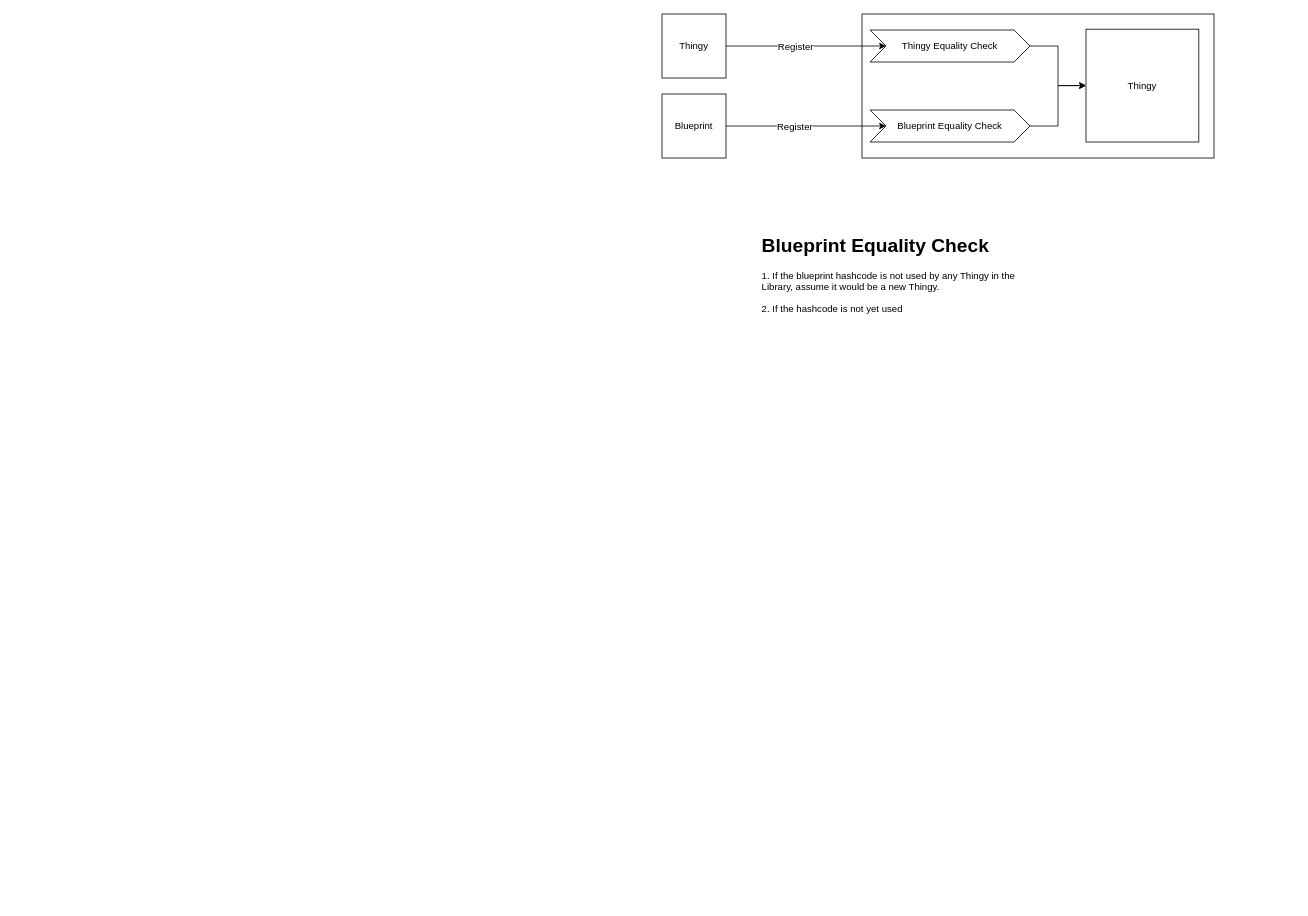
Above: ThingyLibrary.drawio in No3371/Thingy (draw.io), before the change. Source tidied: cells renumbered, new cells numbered last; positions are measured from the earlier drawing's top-left corner, leaving out a move shared by most shapes. Both pictures are drawn from the tidied source at 80%, with x=0, y=0 at pixel (662, 14).
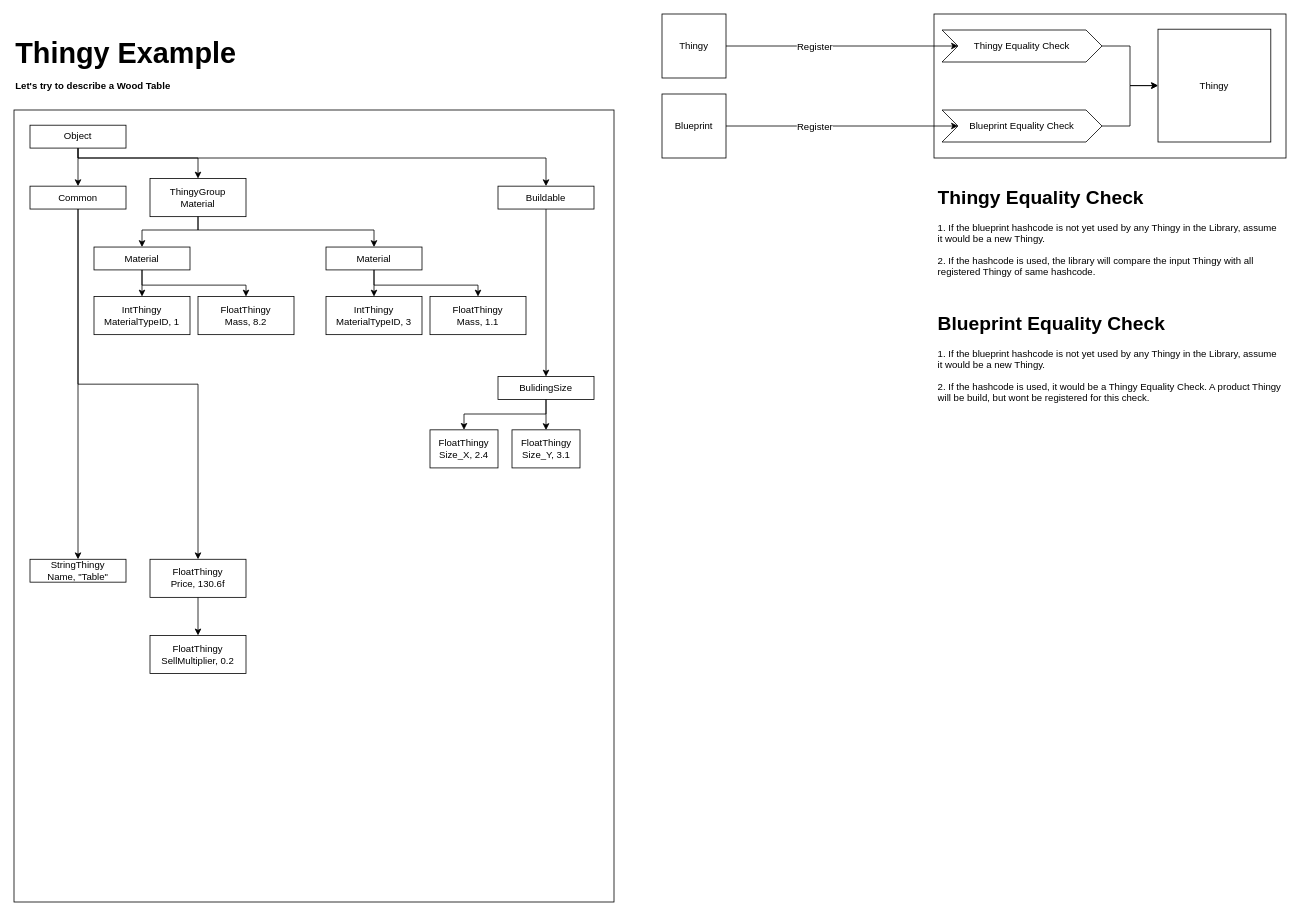
The same page after the edit.

Unchanged cells that the change refers to:
```xml
<mxCell id="13" style="edgeStyle=orthogonalEdgeStyle;rounded=0;jettySize=auto;html=1;exitX=1;exitY=0.5;exitDx=0;exitDy=0;entryX=0;entryY=0.5;entryDx=0;entryDy=0;" parent="1" edge="1" source="2" target="10">
  <mxGeometry relative="1" as="geometry" />
</mxCell>
```

Diff of the diagram source:
```diff
@@
     <mxCell id="4" style="group;" parent="1" vertex="1">
-      <mxGeometry x="250" width="450" height="180" as="geometry" />
+      <mxGeometry x="340" width="450" height="180" as="geometry" />
     </mxCell>
@@
     <mxCell id="14" value="&lt;div&gt;Register&lt;/div&gt;" style="text;html=1;align=center;verticalAlign=middle;labelBackgroundColor=#ffffff;" parent="13" vertex="1">
       <mxGeometry x="-0.65" y="3" relative="1" as="geometry">
-        <mxPoint x="50" y="3" as="offset" />
+        <mxPoint x="59" y="3" as="offset" />
       </mxGeometry>
     </mxCell>
-    <mxCell id="15" value="&lt;h1&gt;Blueprint Equality Check&lt;br&gt;&lt;/h1&gt;&lt;p&gt;1. If the blueprint hashcode is not used by any Thingy in the Library, assume it would be a new Thingy.&lt;/p&gt;&lt;p&gt;2. If the hashcode is not yet used&lt;br&gt;&lt;/p&gt;&lt;br&gt;&lt;p&gt;&lt;br&gt;&lt;/p&gt;" style="text;html=1;strokeColor=none;fillColor=none;spacing=5;spacingTop=-20;whiteSpace=wrap;overflow=hidden;rounded=0;" parent="1" vertex="1">
-      <mxGeometry x="120" y="270" width="360" height="150" as="geometry" />
-    </mxCell>
+    <mxCell id="16" value="&lt;h1&gt;Thingy Equality Check&lt;br&gt;&lt;/h1&gt;&lt;p&gt;1. If the blueprint hashcode is not yet used by any Thingy in the Library, assume it would be a new Thingy.&lt;/p&gt;&lt;p&gt;2. If the hashcode is used, the library will compare the input Thingy with all registered Thingy of same hashcode.&lt;/p&gt;&lt;p&gt;&lt;br&gt;&lt;/p&gt;&lt;h1&gt;Blueprint Equality Check&lt;br&gt;&lt;/h1&gt;&lt;p&gt;1. If the blueprint hashcode is not yet used by any Thingy in the Library, assume it would be a new Thingy.&lt;/p&gt;&lt;p&gt;2. If the hashcode is used, it would be a Thingy Equality Check. A product Thingy will be build, but wont be registered for this check.&lt;br&gt;&lt;/p&gt;&lt;br&gt;&lt;p&gt;&lt;br&gt;&lt;/p&gt;&lt;br&gt;&lt;p&gt;&lt;br&gt;&lt;/p&gt;" style="text;html=1;strokeColor=none;fillColor=none;spacing=5;spacingTop=-20;whiteSpace=wrap;overflow=hidden;rounded=0;" parent="1" vertex="1">
+      <mxGeometry x="340" y="210" width="440" height="320" as="geometry" />
+    </mxCell>
+    <mxCell id="17" value="&lt;div style=&quot;line-height: 100%&quot;&gt;&lt;p align=&quot;right&quot;&gt;&lt;font style=&quot;font-size: 36px&quot;&gt;Thingy Example&lt;font style=&quot;font-size: 16px&quot;&gt;&lt;br&gt;&lt;/font&gt;&lt;/font&gt;&lt;/p&gt;&lt;p align=&quot;left&quot;&gt;Let's try to describe a Wood Table&lt;font style=&quot;font-size: 36px&quot;&gt;&lt;br&gt;&lt;/font&gt;&lt;/p&gt;&lt;/div&gt;" style="text;html=1;strokeColor=none;fillColor=none;align=left;verticalAlign=bottom;whiteSpace=wrap;rounded=0;fontStyle=1;" parent="1" vertex="1">
+      <mxGeometry x="-810" y="10" width="750" height="100" as="geometry" />
+    </mxCell>
+    <mxCell id="18" style="group;" parent="1" vertex="1">
+      <mxGeometry x="-810" y="120" width="750" height="990" as="geometry" />
+    </mxCell>
+    <mxCell id="19" style="rounded=0;whiteSpace=wrap;html=1;" parent="18" vertex="1">
+      <mxGeometry width="750" height="990" as="geometry" />
+    </mxCell>
+    <mxCell id="20" style="edgeStyle=orthogonalEdgeStyle;rounded=0;jettySize=auto;html=1;" parent="18" edge="1" source="23" target="24">
+      <mxGeometry relative="1" as="geometry" />
+    </mxCell>
+    <mxCell id="21" style="edgeStyle=orthogonalEdgeStyle;rounded=0;jettySize=auto;html=1;exitX=0.5;exitY=1;exitDx=0;exitDy=0;" parent="18" edge="1" source="23" target="31">
+      <mxGeometry relative="1" as="geometry">
+        <Array as="points">
+          <mxPoint x="80" y="60" />
+          <mxPoint x="230" y="60" />
+        </Array>
+      </mxGeometry>
+    </mxCell>
+    <mxCell id="22" style="edgeStyle=orthogonalEdgeStyle;rounded=0;jettySize=auto;html=1;exitX=0.5;exitY=1;exitDx=0;exitDy=0;entryX=0.5;entryY=0;entryDx=0;entryDy=0;" parent="18" edge="1" source="23" target="46">
+      <mxGeometry relative="1" as="geometry">
+        <Array as="points">
+          <mxPoint x="80" y="60" />
+          <mxPoint x="665" y="60" />
+        </Array>
+      </mxGeometry>
+    </mxCell>
+    <mxCell id="23" value="Object" style="rounded=0;html=1;align=center;verticalAlign=middle;labelPosition=center;verticalLabelPosition=middle;spacing=2;whiteSpace=wrap;" parent="18" vertex="1">
+      <mxGeometry x="20" y="19" width="120" height="28.6" as="geometry" />
+    </mxCell>
+    <mxCell id="24" value="&lt;div&gt;Common&lt;/div&gt;" style="rounded=0;html=1;align=center;verticalAlign=middle;labelPosition=center;verticalLabelPosition=middle;spacing=2;whiteSpace=wrap;" parent="18" vertex="1">
+      <mxGeometry x="20" y="95.2" width="120" height="28.6" as="geometry" />
+    </mxCell>
+    <mxCell id="25" value="&lt;div&gt;StringThingy&lt;/div&gt;&lt;div&gt;Name, &quot;Table&quot;&lt;br&gt;&lt;/div&gt;" style="rounded=0;html=1;align=center;verticalAlign=middle;labelPosition=center;verticalLabelPosition=middle;spacing=2;whiteSpace=wrap;" parent="18" vertex="1">
+      <mxGeometry x="20" y="561.6" width="120" height="28.6" as="geometry" />
+    </mxCell>
+    <mxCell id="26" style="edgeStyle=orthogonalEdgeStyle;rounded=0;jettySize=auto;html=1;exitX=0.5;exitY=1;exitDx=0;exitDy=0;entryX=0.5;entryY=0;entryDx=0;entryDy=0;" parent="18" edge="1" source="24" target="25">
+      <mxGeometry relative="1" as="geometry" />
+    </mxCell>
+    <mxCell id="27" value="&lt;div&gt;FloatThingy&lt;/div&gt;&lt;div&gt;Price, 130.6f&lt;br&gt;&lt;/div&gt;" style="rounded=0;html=1;align=center;verticalAlign=middle;labelPosition=center;verticalLabelPosition=middle;spacing=2;whiteSpace=wrap;" parent="18" vertex="1">
+      <mxGeometry x="170" y="561.6" width="120" height="47.6" as="geometry" />
+    </mxCell>
+    <mxCell id="28" style="edgeStyle=orthogonalEdgeStyle;rounded=0;jettySize=auto;html=1;exitX=0.5;exitY=1;exitDx=0;exitDy=0;" parent="18" edge="1" source="24" target="27">
+      <mxGeometry relative="1" as="geometry" />
+    </mxCell>
+    <mxCell id="29" value="&lt;div&gt;FloatThingy&lt;/div&gt;&lt;div&gt;SellMultiplier, 0.2&lt;br&gt;&lt;/div&gt;" style="rounded=0;html=1;align=center;verticalAlign=middle;labelPosition=center;verticalLabelPosition=middle;spacing=2;whiteSpace=wrap;" parent="18" vertex="1">
+      <mxGeometry x="170" y="656.8" width="120" height="47.6" as="geometry" />
+    </mxCell>
+    <mxCell id="30" style="edgeStyle=orthogonalEdgeStyle;rounded=0;jettySize=auto;html=1;exitX=0.5;exitY=1;exitDx=0;exitDy=0;entryX=0.5;entryY=0;entryDx=0;entryDy=0;" parent="18" edge="1" source="27" target="29">
+      <mxGeometry relative="1" as="geometry" />
+    </mxCell>
+    <mxCell id="31" value="&lt;div&gt;ThingyGroup&lt;/div&gt;&lt;div&gt;Material&lt;br&gt;&lt;/div&gt;" style="rounded=0;html=1;align=center;verticalAlign=middle;labelPosition=center;verticalLabelPosition=middle;spacing=2;whiteSpace=wrap;" parent="18" vertex="1">
+      <mxGeometry x="170" y="85.7" width="120" height="47.6" as="geometry" />
+    </mxCell>
+    <mxCell id="32" style="group;" parent="18" vertex="1">
+      <mxGeometry x="470" y="171.3" width="270" height="109.5" as="geometry" />
+    </mxCell>
+    <mxCell id="33" value="&lt;div&gt;Material&lt;/div&gt;" style="rounded=0;html=1;align=center;verticalAlign=middle;labelPosition=center;verticalLabelPosition=middle;spacing=2;whiteSpace=wrap;" parent="32" vertex="1">
+      <mxGeometry x="-80" width="120" height="28.6" as="geometry" />
+    </mxCell>
+    <mxCell id="34" value="&lt;div&gt;IntThingy&lt;/div&gt;&lt;div&gt;MaterialTypeID, 3&lt;br&gt;&lt;/div&gt;" style="rounded=0;html=1;align=center;verticalAlign=middle;labelPosition=center;verticalLabelPosition=middle;spacing=2;whiteSpace=wrap;" parent="32" vertex="1">
+      <mxGeometry x="-80" y="61.9" width="120" height="47.6" as="geometry" />
+    </mxCell>
+    <mxCell id="35" style="edgeStyle=orthogonalEdgeStyle;rounded=0;jettySize=auto;html=1;exitX=0.5;exitY=1;exitDx=0;exitDy=0;entryX=0.5;entryY=0;entryDx=0;entryDy=0;" parent="32" edge="1" source="33" target="34">
+      <mxGeometry relative="1" as="geometry" />
+    </mxCell>
+    <mxCell id="36" value="&lt;div&gt;FloatThingy&lt;/div&gt;&lt;div&gt;Mass, 1.1&lt;br&gt;&lt;/div&gt;" style="rounded=0;html=1;align=center;verticalAlign=middle;labelPosition=center;verticalLabelPosition=middle;spacing=2;whiteSpace=wrap;" parent="32" vertex="1">
+      <mxGeometry x="50" y="61.9" width="120" height="47.6" as="geometry" />
+    </mxCell>
+    <mxCell id="37" style="edgeStyle=orthogonalEdgeStyle;rounded=0;jettySize=auto;html=1;exitX=0.5;exitY=1;exitDx=0;exitDy=0;entryX=0.5;entryY=0;entryDx=0;entryDy=0;" parent="32" edge="1" source="33" target="36">
+      <mxGeometry relative="1" as="geometry">
+        <Array as="points">
+          <mxPoint x="-20" y="47.6" />
+          <mxPoint x="110" y="47.6" />
+        </Array>
+      </mxGeometry>
+    </mxCell>
+    <mxCell id="38" style="edgeStyle=orthogonalEdgeStyle;rounded=0;jettySize=auto;html=1;exitX=0.5;exitY=1;exitDx=0;exitDy=0;entryX=0.5;entryY=0;entryDx=0;entryDy=0;" parent="18" edge="1" source="31" target="33">
+      <mxGeometry relative="1" as="geometry">
+        <Array as="points">
+          <mxPoint x="230" y="150" />
+          <mxPoint x="450" y="150" />
+        </Array>
+      </mxGeometry>
+    </mxCell>
+    <mxCell id="39" style="group;" parent="18" vertex="1">
+      <mxGeometry x="180" y="171.3" width="270" height="109.5" as="geometry" />
+    </mxCell>
+    <mxCell id="40" style="edgeStyle=orthogonalEdgeStyle;rounded=0;jettySize=auto;html=1;exitX=0.5;exitY=1;exitDx=0;exitDy=0;entryX=0.5;entryY=0;entryDx=0;entryDy=0;" parent="39" edge="1" source="41" target="42">
+      <mxGeometry relative="1" as="geometry" />
+    </mxCell>
+    <mxCell id="41" value="&lt;div&gt;Material&lt;/div&gt;" style="rounded=0;html=1;align=center;verticalAlign=middle;labelPosition=center;verticalLabelPosition=middle;spacing=2;whiteSpace=wrap;" parent="39" vertex="1">
+      <mxGeometry x="-80" width="120" height="28.6" as="geometry" />
+    </mxCell>
+    <mxCell id="42" value="&lt;div&gt;IntThingy&lt;/div&gt;&lt;div&gt;MaterialTypeID, 1&lt;br&gt;&lt;/div&gt;" style="rounded=0;html=1;align=center;verticalAlign=middle;labelPosition=center;verticalLabelPosition=middle;spacing=2;whiteSpace=wrap;" parent="39" vertex="1">
+      <mxGeometry x="-80" y="61.9" width="120" height="47.6" as="geometry" />
+    </mxCell>
+    <mxCell id="43" value="&lt;div&gt;FloatThingy&lt;/div&gt;&lt;div&gt;Mass, 8.2&lt;br&gt;&lt;/div&gt;" style="rounded=0;html=1;align=center;verticalAlign=middle;labelPosition=center;verticalLabelPosition=middle;spacing=2;whiteSpace=wrap;" parent="39" vertex="1">
+      <mxGeometry x="50" y="61.9" width="120" height="47.6" as="geometry" />
+    </mxCell>
+    <mxCell id="44" style="edgeStyle=orthogonalEdgeStyle;rounded=0;jettySize=auto;html=1;exitX=0.5;exitY=1;exitDx=0;exitDy=0;entryX=0.5;entryY=0;entryDx=0;entryDy=0;" parent="39" edge="1" source="41" target="43">
+      <mxGeometry relative="1" as="geometry">
+        <Array as="points">
+          <mxPoint x="-20" y="47.6" />
+          <mxPoint x="110" y="47.6" />
+        </Array>
+      </mxGeometry>
+    </mxCell>
+    <mxCell id="45" style="edgeStyle=orthogonalEdgeStyle;rounded=0;jettySize=auto;html=1;exitX=0.5;exitY=1;exitDx=0;exitDy=0;entryX=0.5;entryY=0;entryDx=0;entryDy=0;" parent="18" edge="1" source="31" target="41">
+      <mxGeometry relative="1" as="geometry">
+        <Array as="points">
+          <mxPoint x="230" y="150" />
+          <mxPoint x="160" y="150" />
+        </Array>
+      </mxGeometry>
+    </mxCell>
+    <mxCell id="46" value="Buildable" style="rounded=0;html=1;align=center;verticalAlign=middle;labelPosition=center;verticalLabelPosition=middle;spacing=2;whiteSpace=wrap;" parent="18" vertex="1">
+      <mxGeometry x="605" y="95.2" width="120" height="28.6" as="geometry" />
+    </mxCell>
+    <mxCell id="47" style="edgeStyle=orthogonalEdgeStyle;rounded=0;jettySize=auto;html=1;exitX=0.5;exitY=1;exitDx=0;exitDy=0;" parent="18" edge="1" source="48">
+      <mxGeometry relative="1" as="geometry">
+        <mxPoint x="665" y="400.1" as="targetPoint" />
+      </mxGeometry>
+    </mxCell>
+    <mxCell id="48" value="BulidingSize" style="rounded=0;html=1;align=center;verticalAlign=middle;labelPosition=center;verticalLabelPosition=middle;spacing=2;whiteSpace=wrap;" parent="18" vertex="1">
+      <mxGeometry x="605" y="333.2" width="120" height="28.6" as="geometry" />
+    </mxCell>
+    <mxCell id="49" style="edgeStyle=orthogonalEdgeStyle;rounded=0;jettySize=auto;html=1;exitX=0.5;exitY=1;exitDx=0;exitDy=0;entryX=0.5;entryY=0;entryDx=0;entryDy=0;" parent="18" edge="1" source="46" target="48">
+      <mxGeometry relative="1" as="geometry" />
+    </mxCell>
+    <mxCell id="50" value="&lt;div&gt;FloatThingy&lt;/div&gt;&lt;div&gt;Size_X, 2.4&lt;br&gt;&lt;/div&gt;" style="rounded=0;html=1;align=center;verticalAlign=middle;labelPosition=center;verticalLabelPosition=middle;spacing=2;whiteSpace=wrap;" parent="18" vertex="1">
+      <mxGeometry x="520" y="399.8" width="85" height="47.6" as="geometry" />
+    </mxCell>
+    <mxCell id="51" style="edgeStyle=orthogonalEdgeStyle;rounded=0;jettySize=auto;html=1;exitX=0.5;exitY=1;exitDx=0;exitDy=0;entryX=0.5;entryY=0;entryDx=0;entryDy=0;" parent="18" edge="1" source="48" target="50">
+      <mxGeometry relative="1" as="geometry">
+        <Array as="points">
+          <mxPoint x="665" y="380" />
+          <mxPoint x="563" y="380" />
+        </Array>
+      </mxGeometry>
+    </mxCell>
+    <mxCell id="52" value="&lt;div&gt;FloatThingy&lt;/div&gt;&lt;div&gt;Size_Y, 3.1&lt;br&gt;&lt;/div&gt;" style="rounded=0;html=1;align=center;verticalAlign=middle;labelPosition=center;verticalLabelPosition=middle;spacing=2;whiteSpace=wrap;" parent="18" vertex="1">
+      <mxGeometry x="622.5" y="399.8" width="85" height="47.6" as="geometry" />
+    </mxCell>
```
